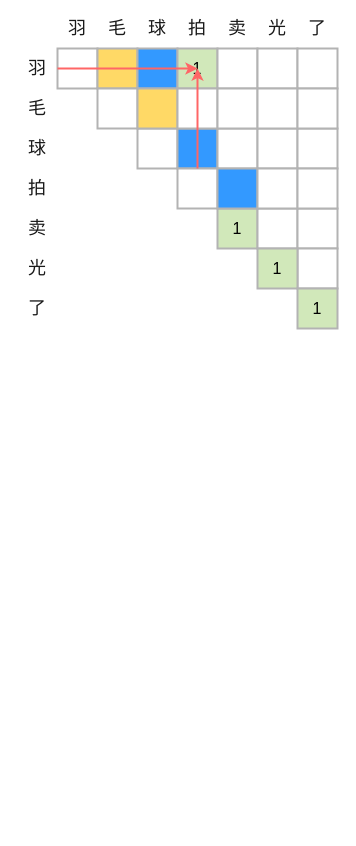
The draw.io diagram weibo/Untitled Diagram.drawio in Hejingqiang/Hjq_weiibo, before the edit. Source tidied: cells renumbered, new cells numbered last; positions are measured from the earlier drawing's top-left corner, leaving out a move shared by most shapes. Both pictures are drawn from the tidied source at 100%, with x=0, y=0 at pixel (17, 18).
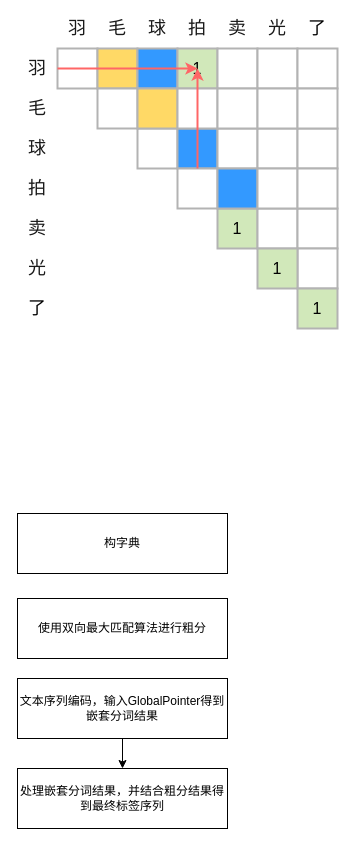
The same diagram, later.

The edit, as a diff of the source:
```diff
@@
-    <mxCell id="31" value="&lt;font style=&quot;font-size: 18px&quot; color=&quot;#1a1a1a&quot;&gt;了&lt;/font&gt;" style="text;html=1;strokeColor=none;fillColor=none;align=center;verticalAlign=middle;whiteSpace=wrap;rounded=0;" parent="1" vertex="1">
-      <mxGeometry x="280" width="40" height="20" as="geometry" />
-    </mxCell>
@@
-    <mxCell id="42" value="&lt;font style=&quot;font-size: 18px&quot; color=&quot;#1a1a1a&quot;&gt;了&lt;/font&gt;" style="text;html=1;strokeColor=none;fillColor=none;align=center;verticalAlign=middle;whiteSpace=wrap;rounded=0;" parent="1" vertex="1">
-      <mxGeometry y="280" width="40" height="20" as="geometry" />
-    </mxCell>
@@
+    <mxCell id="46" value="使用双向最大匹配算法进行粗分" style="rounded=0;whiteSpace=wrap;html=1;" parent="1" vertex="1">
+      <mxGeometry y="580" width="210" height="60" as="geometry" />
+    </mxCell>
+    <mxCell id="47" value="构字典" style="rounded=0;whiteSpace=wrap;html=1;" parent="1" vertex="1">
+      <mxGeometry y="495" width="210" height="60" as="geometry" />
+    </mxCell>
+    <mxCell id="48" style="edgeStyle=orthogonalEdgeStyle;rounded=0;jettySize=auto;html=1;" parent="1" edge="1" source="49" target="50">
+      <mxGeometry relative="1" as="geometry" />
+    </mxCell>
+    <mxCell id="49" value="文本序列编码，输入GlobalPointer得到嵌套分词结果" style="rounded=0;whiteSpace=wrap;html=1;" parent="1" vertex="1">
+      <mxGeometry y="660" width="210" height="60" as="geometry" />
+    </mxCell>
+    <mxCell id="50" value="处理嵌套分词结果，并结合粗分结果得到最终标签序列" style="rounded=0;whiteSpace=wrap;html=1;" parent="1" vertex="1">
+      <mxGeometry y="750" width="210" height="60" as="geometry" />
+    </mxCell>
+    <mxCell id="51" value="&lt;font size=&quot;4&quot;&gt;了&lt;/font&gt;" style="text;html=1;strokeColor=none;fillColor=none;align=center;verticalAlign=middle;whiteSpace=wrap;rounded=0;" parent="1" vertex="1">
+      <mxGeometry x="280" width="40" height="20" as="geometry" />
+    </mxCell>
+    <mxCell id="52" value="&lt;font size=&quot;4&quot;&gt;了&lt;/font&gt;" style="text;html=1;strokeColor=none;fillColor=none;align=center;verticalAlign=middle;whiteSpace=wrap;rounded=0;" parent="1" vertex="1">
+      <mxGeometry y="280" width="40" height="20" as="geometry" />
+    </mxCell>
```
